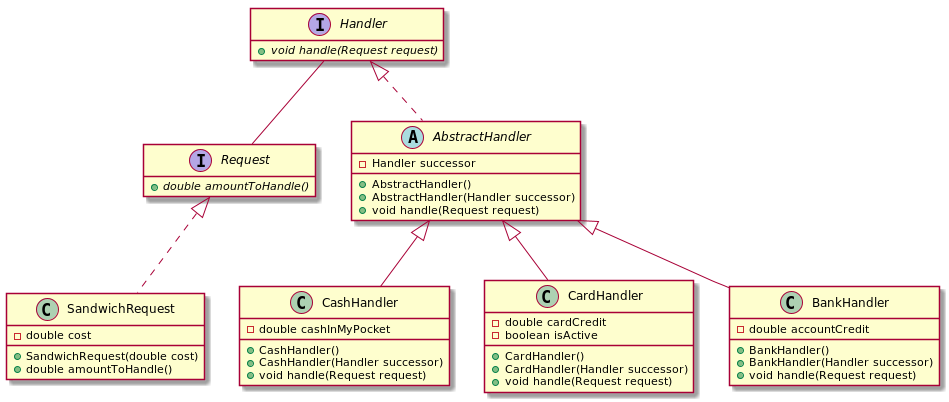
lealceldeiro/gems keeps this PlantUML diagram as DesignPatternsElementsOfReusableObjectOrientesSoftware/Chapter05/ChainOfResponsability/image/code_class_design.png. Above is the earlier version.
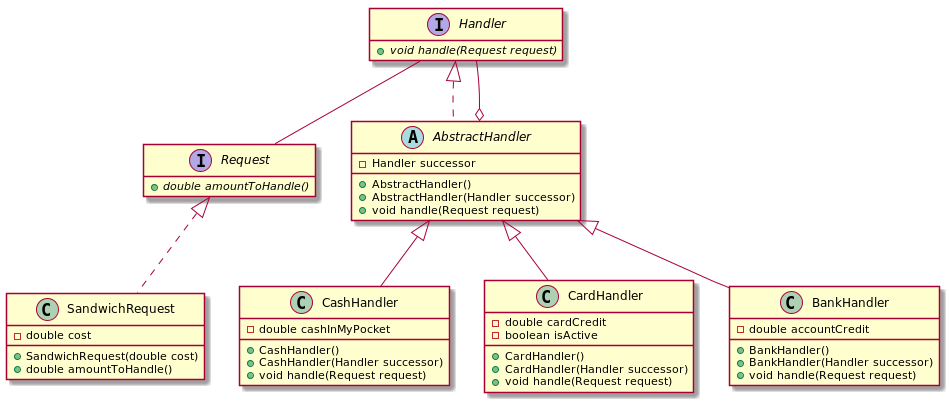
After the change.

Commit message:
Update class design images

Diff of the diagram source:
```diff
@@ -14,6 +14,7 @@
     + {abstract} void handle(Request request)
 }
 Handler -- Request
+AbstractHandler o-- Handler
 
 abstract class AbstractHandler implements Handler {
     - Handler successor
```
